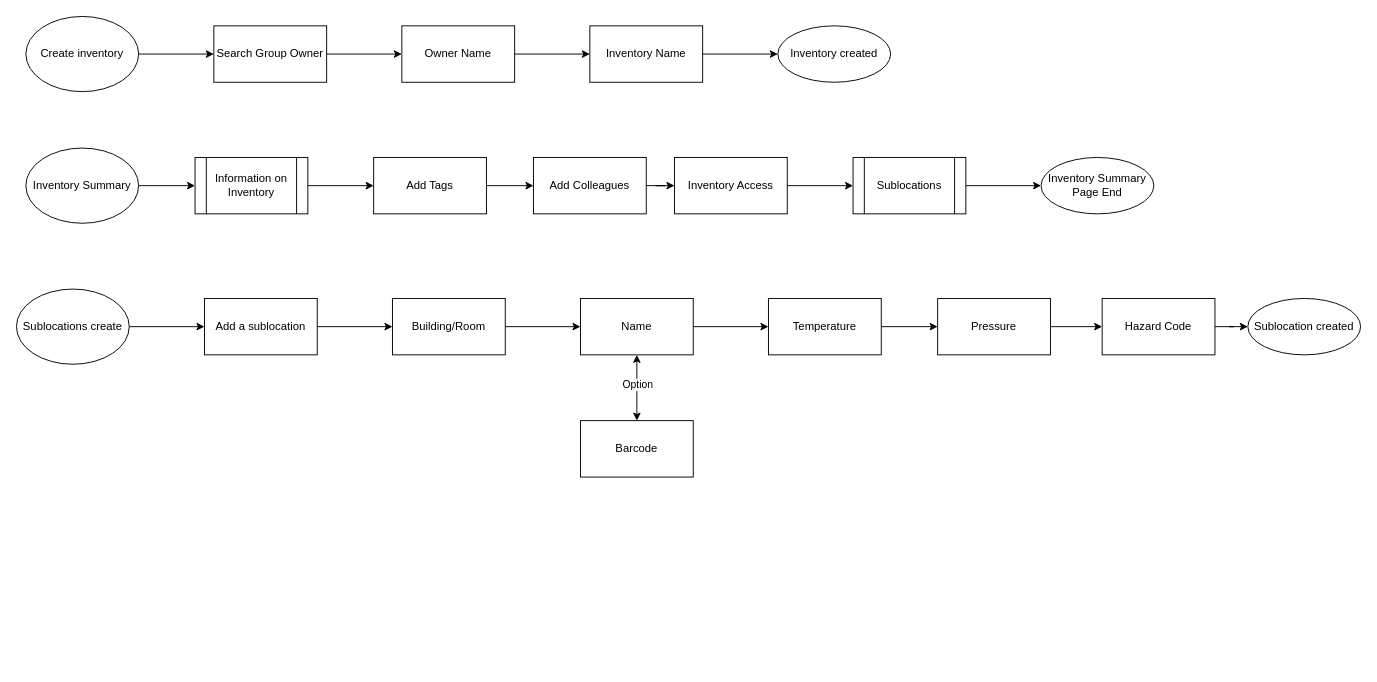
The draw.io diagram Chemical_Inventory.drawio in samuelroiz/WorkFlows_storage, before the edit. Source tidied: cells renumbered, new cells numbered last; positions are measured from the earlier drawing's top-left corner, leaving out a move shared by most shapes. Both pictures are drawn from the tidied source at 94%, with x=0, y=0 at pixel (16, 16).
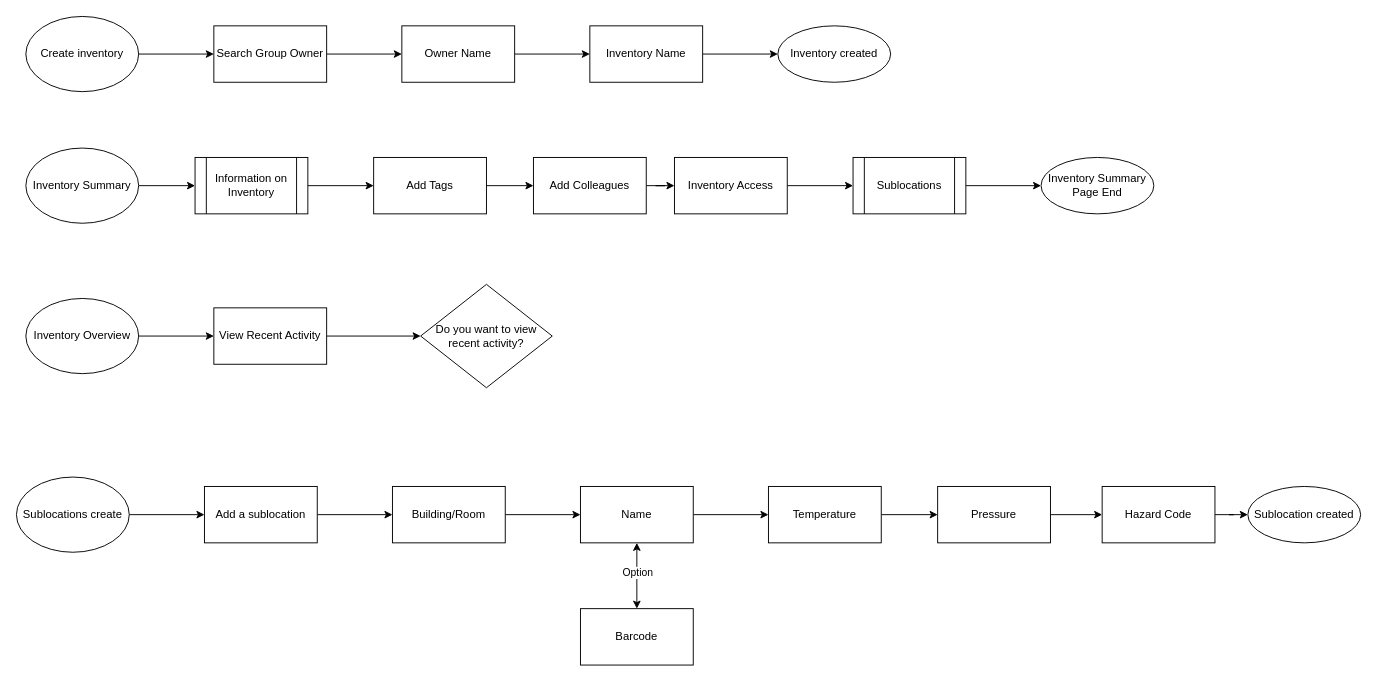
The same page after the edit.

What changed in the source:
```diff
@@
     <mxCell id="25" value="Sublocations create" style="ellipse;whiteSpace=wrap;html=1;" parent="1" vertex="1">
-      <mxGeometry y="290" width="120" height="80" as="geometry" />
+      <mxGeometry y="490" width="120" height="80" as="geometry" />
     </mxCell>
@@
     <mxCell id="27" value="Add a sublocation" style="whiteSpace=wrap;html=1;" parent="1" vertex="1">
-      <mxGeometry x="200" y="300" width="120" height="60" as="geometry" />
+      <mxGeometry x="200" y="500" width="120" height="60" as="geometry" />
     </mxCell>
@@
     <mxCell id="29" value="Building/Room" style="whiteSpace=wrap;html=1;" parent="1" vertex="1">
-      <mxGeometry x="400" y="300" width="120" height="60" as="geometry" />
+      <mxGeometry x="400" y="500" width="120" height="60" as="geometry" />
     </mxCell>
@@
     <mxCell id="31" value="Name" style="whiteSpace=wrap;html=1;" parent="1" vertex="1">
-      <mxGeometry x="600" y="300" width="120" height="60" as="geometry" />
+      <mxGeometry x="600" y="500" width="120" height="60" as="geometry" />
     </mxCell>
     <mxCell id="32" value="Barcode" style="whiteSpace=wrap;html=1;" parent="1" vertex="1">
-      <mxGeometry x="600" y="430" width="120" height="60" as="geometry" />
+      <mxGeometry x="600" y="630" width="120" height="60" as="geometry" />
     </mxCell>
@@
     <mxCell id="36" value="Temperature" style="whiteSpace=wrap;html=1;" parent="1" vertex="1">
-      <mxGeometry x="800" y="300" width="120" height="60" as="geometry" />
+      <mxGeometry x="800" y="500" width="120" height="60" as="geometry" />
     </mxCell>
@@
     <mxCell id="38" value="Pressure" style="whiteSpace=wrap;html=1;" parent="1" vertex="1">
-      <mxGeometry x="980" y="300" width="120" height="60" as="geometry" />
+      <mxGeometry x="980" y="500" width="120" height="60" as="geometry" />
     </mxCell>
     <mxCell id="39" value="Sublocation created" style="ellipse;whiteSpace=wrap;html=1;" parent="1" vertex="1">
-      <mxGeometry x="1310" y="300" width="120" height="60" as="geometry" />
+      <mxGeometry x="1310" y="500" width="120" height="60" as="geometry" />
     </mxCell>
@@
     <mxCell id="41" value="Hazard Code" style="rounded=0;whiteSpace=wrap;html=1;" parent="1" vertex="1">
-      <mxGeometry x="1155" y="300" width="120" height="60" as="geometry" />
+      <mxGeometry x="1155" y="500" width="120" height="60" as="geometry" />
     </mxCell>
+    <mxCell id="42" style="edgeStyle=orthogonalEdgeStyle;rounded=0;jettySize=auto;html=1;" parent="1" edge="1" source="43" target="45">
+      <mxGeometry relative="1" as="geometry" />
+    </mxCell>
+    <mxCell id="43" value="Inventory Overview" style="ellipse;whiteSpace=wrap;html=1;" parent="1" vertex="1">
+      <mxGeometry x="10" y="300" width="120" height="80" as="geometry" />
+    </mxCell>
+    <mxCell id="44" style="edgeStyle=orthogonalEdgeStyle;rounded=0;jettySize=auto;html=1;" parent="1" edge="1" source="45" target="46">
+      <mxGeometry relative="1" as="geometry" />
+    </mxCell>
+    <mxCell id="45" value="View Recent Activity" style="whiteSpace=wrap;html=1;" parent="1" vertex="1">
+      <mxGeometry x="210" y="310" width="120" height="60" as="geometry" />
+    </mxCell>
+    <mxCell id="46" value="Do you want to view recent activity?" style="rhombus;whiteSpace=wrap;html=1;" parent="1" vertex="1">
+      <mxGeometry x="430" y="285" width="140" height="110" as="geometry" />
+    </mxCell>
```
